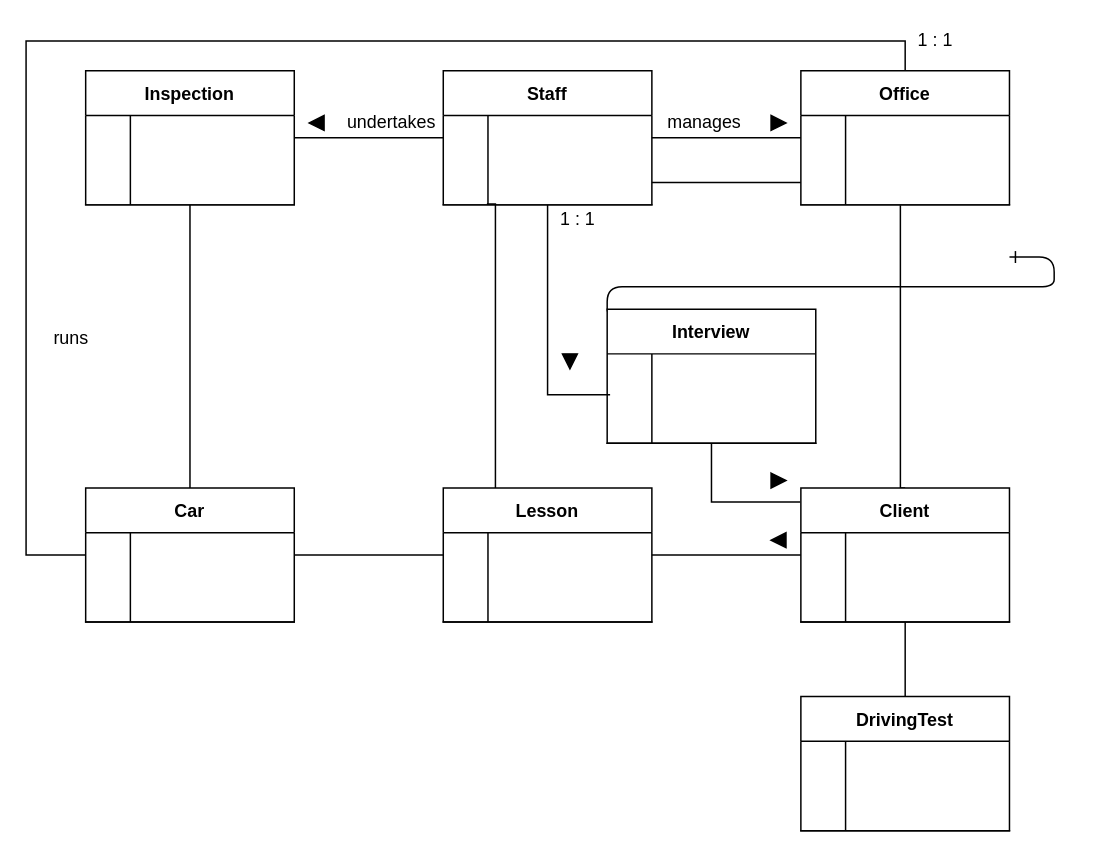
megaunknown/UML keeps this draw.io diagram as Untitled Diagram.drawio. Above is the earlier version. Source tidied: cells renumbered, new cells numbered last; positions are measured from the earlier drawing's top-left corner, leaving out a move shared by most shapes. Both pictures are drawn from the tidied source at 149%, with x=0, y=0 at pixel (25, 25).
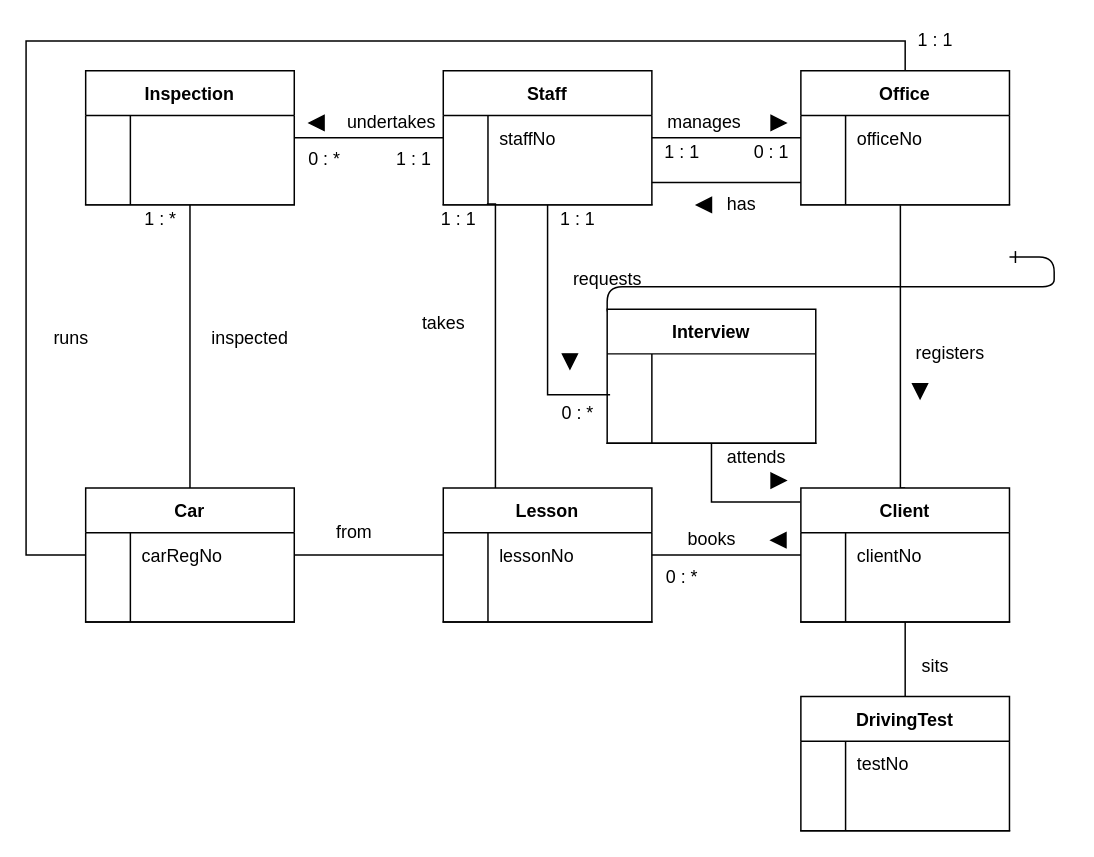
The same diagram, later.

The change refers to these unchanged cells:
```xml
<mxCell id="14" style="shape=partialRectangle;fillColor=none;points=[[0,0.5],[1,0.5]];portConstraint=eastwest;top=0;left=0;right=0;bottom=0;" parent="13" vertex="1">
  <mxGeometry y="30" width="140" height="30" as="geometry" />
</mxCell>
<mxCell id="22" style="shape=partialRectangle;fillColor=none;points=[[0,0.5],[1,0.5]];portConstraint=eastwest;top=0;left=0;right=0;bottom=0;" parent="21" vertex="1">
  <mxGeometry y="30" width="140" height="30" as="geometry" />
</mxCell>
<mxCell id="30" style="shape=partialRectangle;fillColor=none;points=[[0,0.5],[1,0.5]];portConstraint=eastwest;top=0;left=0;right=0;bottom=0;" parent="29" vertex="1">
  <mxGeometry y="30" width="140" height="30" as="geometry" />
</mxCell>
<mxCell id="45" style="shape=partialRectangle;fillColor=none;points=[[0,0.5],[1,0.5]];portConstraint=eastwest;top=0;left=0;right=0;bottom=0;" parent="44" vertex="1">
  <mxGeometry y="30" width="140" height="30" as="geometry" />
</mxCell>
<mxCell id="54" style="shape=partialRectangle;fillColor=none;points=[[0,0.5],[1,0.5]];portConstraint=eastwest;top=0;left=0;right=0;bottom=0;" parent="53" vertex="1">
  <mxGeometry y="30" width="140" height="30" as="geometry" />
</mxCell>
<mxCell id="61" style="shape=partialRectangle;fillColor=none;top=0;left=0;right=0;bottom=0;" parent="60" vertex="1">
  <mxGeometry y="30" width="140" height="30" as="geometry" />
</mxCell>
```

What changed in the source:
```diff
@@
-    <mxCell id="16" style="shape=partialRectangle;overflow=hidden;fillColor=none;top=0;left=0;bottom=0;right=0;align=left;spacingLeft=6;" parent="14" vertex="1">
+    <mxCell id="16" value="staffNo" style="shape=partialRectangle;overflow=hidden;fillColor=none;top=0;left=0;bottom=0;right=0;align=left;spacingLeft=6;" parent="14" vertex="1">
       <mxGeometry x="30" width="110" height="30" as="geometry" />
     </mxCell>
@@
-    <mxCell id="24" style="shape=partialRectangle;overflow=hidden;fillColor=none;top=0;left=0;bottom=0;right=0;align=left;spacingLeft=6;" parent="22" vertex="1">
+    <mxCell id="24" value="carRegNo" style="shape=partialRectangle;overflow=hidden;fillColor=none;top=0;left=0;bottom=0;right=0;align=left;spacingLeft=6;" parent="22" vertex="1">
       <mxGeometry x="30" width="110" height="30" as="geometry" />
     </mxCell>
@@
-    <mxCell id="32" style="shape=partialRectangle;overflow=hidden;fillColor=none;top=0;left=0;bottom=0;right=0;align=left;spacingLeft=6;" parent="30" vertex="1">
+    <mxCell id="32" value="lessonNo" style="shape=partialRectangle;overflow=hidden;fillColor=none;top=0;left=0;bottom=0;right=0;align=left;spacingLeft=6;" parent="30" vertex="1">
       <mxGeometry x="30" width="110" height="30" as="geometry" />
     </mxCell>
@@
-    <mxCell id="47" style="shape=partialRectangle;overflow=hidden;fillColor=none;top=0;left=0;bottom=0;right=0;align=left;spacingLeft=6;" parent="45" vertex="1">
+    <mxCell id="47" value="officeNo" style="shape=partialRectangle;overflow=hidden;fillColor=none;top=0;left=0;bottom=0;right=0;align=left;spacingLeft=6;" parent="45" vertex="1">
       <mxGeometry x="30" width="110" height="30" as="geometry" />
     </mxCell>
@@
-    <mxCell id="56" style="shape=partialRectangle;overflow=hidden;fillColor=none;top=0;left=0;bottom=0;right=0;align=left;spacingLeft=6;" parent="54" vertex="1">
+    <mxCell id="56" value="clientNo" style="shape=partialRectangle;overflow=hidden;fillColor=none;top=0;left=0;bottom=0;right=0;align=left;spacingLeft=6;" parent="54" vertex="1">
       <mxGeometry x="30" width="110" height="30" as="geometry" />
     </mxCell>
@@
-    <mxCell id="63" style="shape=partialRectangle;overflow=hidden;fillColor=none;top=0;left=0;bottom=0;right=0;align=left;spacingLeft=6;" parent="61" vertex="1">
+    <mxCell id="63" value="testNo" style="shape=partialRectangle;overflow=hidden;fillColor=none;top=0;left=0;bottom=0;right=0;align=left;spacingLeft=6;" parent="61" vertex="1">
       <mxGeometry x="30" width="110" height="30" as="geometry" />
     </mxCell>
@@
+    <mxCell id="81" value="inspected" style="text;html=1;align=center;verticalAlign=middle;" parent="1" vertex="1">
+      <mxGeometry x="115" y="200" width="70" height="20" as="geometry" />
+    </mxCell>
+    <mxCell id="82" value="from" style="text;html=1;align=center;verticalAlign=middle;" parent="1" vertex="1">
+      <mxGeometry x="200" y="330" width="40" height="20" as="geometry" />
+    </mxCell>
+    <mxCell id="83" value="books" style="text;html=1;align=center;verticalAlign=middle;" parent="1" vertex="1">
+      <mxGeometry x="435" y="335" width="50" height="20" as="geometry" />
+    </mxCell>
+    <mxCell id="84" value="sits" style="text;html=1;align=center;verticalAlign=middle;" parent="1" vertex="1">
+      <mxGeometry x="595" y="420" width="30" height="20" as="geometry" />
+    </mxCell>
+    <mxCell id="85" value="registers" style="text;html=1;align=center;verticalAlign=middle;" parent="1" vertex="1">
+      <mxGeometry x="590" y="210" width="60" height="20" as="geometry" />
+    </mxCell>
+    <mxCell id="86" style="triangle;whiteSpace=wrap;html=1;fillColor=#000000;rotation=90;" parent="1" vertex="1">
+      <mxGeometry x="595" y="240" width="10" height="10" as="geometry" />
+    </mxCell>
+    <mxCell id="87" value="0 : *" style="text;html=1;align=center;verticalAlign=middle;" parent="1" vertex="1">
+      <mxGeometry x="180" y="80" width="40" height="20" as="geometry" />
+    </mxCell>
+    <mxCell id="88" value="1 : 1" style="text;html=1;align=center;verticalAlign=middle;" parent="1" vertex="1">
+      <mxGeometry x="240" y="80" width="40" height="20" as="geometry" />
+    </mxCell>
+    <mxCell id="89" value="1 : 1" style="text;html=1;align=center;verticalAlign=middle;" parent="1" vertex="1">
+      <mxGeometry x="420" y="75" width="40" height="20" as="geometry" />
+    </mxCell>
+    <mxCell id="90" value="0 : 1" style="text;html=1;align=center;verticalAlign=middle;" parent="1" vertex="1">
+      <mxGeometry x="480" y="75" width="40" height="20" as="geometry" />
+    </mxCell>
+    <mxCell id="91" value="has" style="text;html=1;align=center;verticalAlign=middle;" parent="1" vertex="1">
+      <mxGeometry x="465" y="110" width="30" height="20" as="geometry" />
+    </mxCell>
+    <mxCell id="92" style="triangle;whiteSpace=wrap;html=1;fillColor=#000000;rotation=-180;" parent="1" vertex="1">
+      <mxGeometry x="450" y="115" width="10" height="10" as="geometry" />
+    </mxCell>
+    <mxCell id="93" value="1 : 1" style="text;html=1;align=center;verticalAlign=middle;" parent="1" vertex="1">
+      <mxGeometry x="270" y="120" width="40" height="20" as="geometry" />
+    </mxCell>
+    <mxCell id="94" value="takes" style="text;html=1;align=center;verticalAlign=middle;" parent="1" vertex="1">
+      <mxGeometry x="260" y="190" width="40" height="20" as="geometry" />
+    </mxCell>
+    <mxCell id="95" value="1 : *" style="text;html=1;align=center;verticalAlign=middle;" parent="1" vertex="1">
+      <mxGeometry x="70" y="120" width="40" height="20" as="geometry" />
+    </mxCell>
+    <mxCell id="96" value="requests" style="text;html=1;align=center;verticalAlign=middle;" parent="1" vertex="1">
+      <mxGeometry x="360" y="160" width="60" height="20" as="geometry" />
+    </mxCell>
+    <mxCell id="97" value="0 : *" style="text;html=1;align=center;verticalAlign=middle;" parent="1" vertex="1">
+      <mxGeometry x="350" y="250" width="40" height="20" as="geometry" />
+    </mxCell>
+    <mxCell id="98" value="0 : *" style="text;html=1;align=center;verticalAlign=middle;" parent="1" vertex="1">
+      <mxGeometry x="420" y="360" width="40" height="20" as="geometry" />
+    </mxCell>
+    <mxCell id="99" value="attends" style="text;html=1;align=center;verticalAlign=middle;" parent="1" vertex="1">
+      <mxGeometry x="465" y="280" width="50" height="20" as="geometry" />
+    </mxCell>
```
